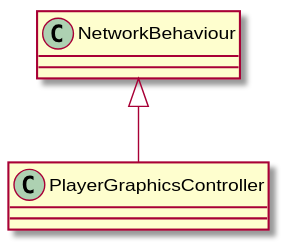
David-Denny/COMP3013-Team7 keeps this PlantUML diagram as UML/Player/PlayerGraphicsController.svg. Above is the earlier version. Its diagram source:
```plantuml
@startuml
class PlayerGraphicsController {
}
NetworkBehaviour <|-- PlayerGraphicsController
@enduml
```
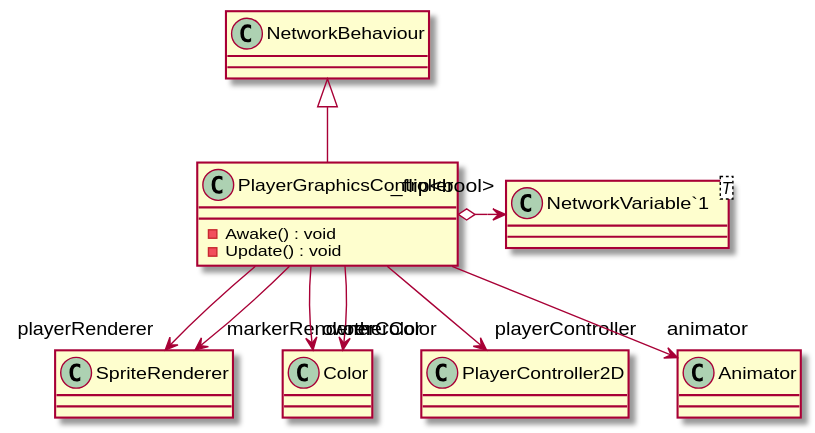
Above is the later version.

The edit, as a diff of the source:
```diff
@@ -1,5 +1,16 @@
 @startuml
 class PlayerGraphicsController {
+    - Awake() : void
+    - Update() : void
+}
+class "NetworkVariable`1"<T> {
 }
 NetworkBehaviour <|-- PlayerGraphicsController
+PlayerGraphicsController --> "playerRenderer" SpriteRenderer
+PlayerGraphicsController --> "markerRenderer" SpriteRenderer
+PlayerGraphicsController --> "ownerColor" Color
+PlayerGraphicsController --> "otherColor" Color
+PlayerGraphicsController --> "playerController" PlayerController2D
+PlayerGraphicsController --> "animator" Animator
+PlayerGraphicsController o-> "_flip<bool>" "NetworkVariable`1"
 @enduml
```
